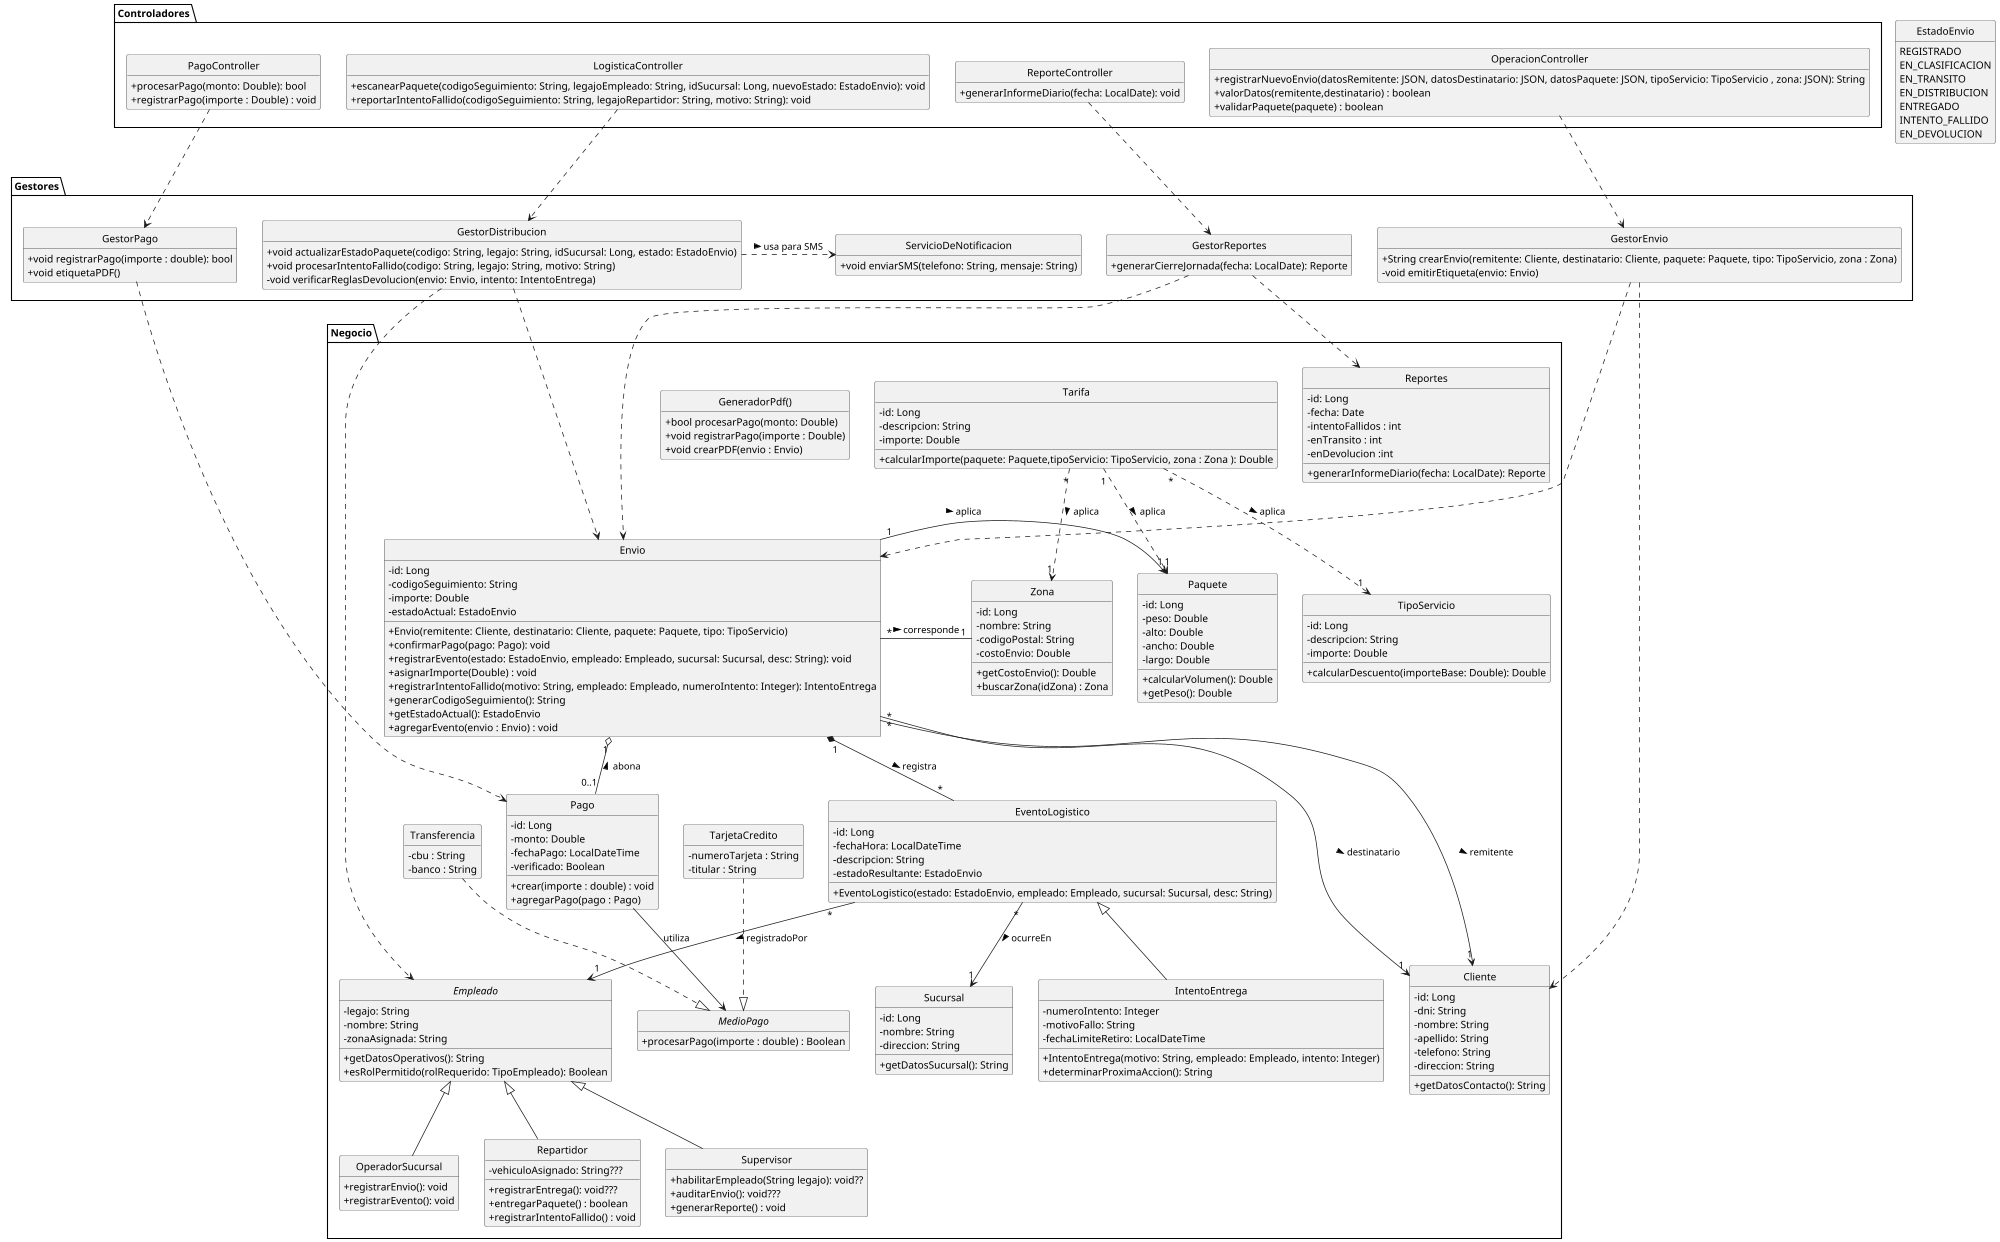
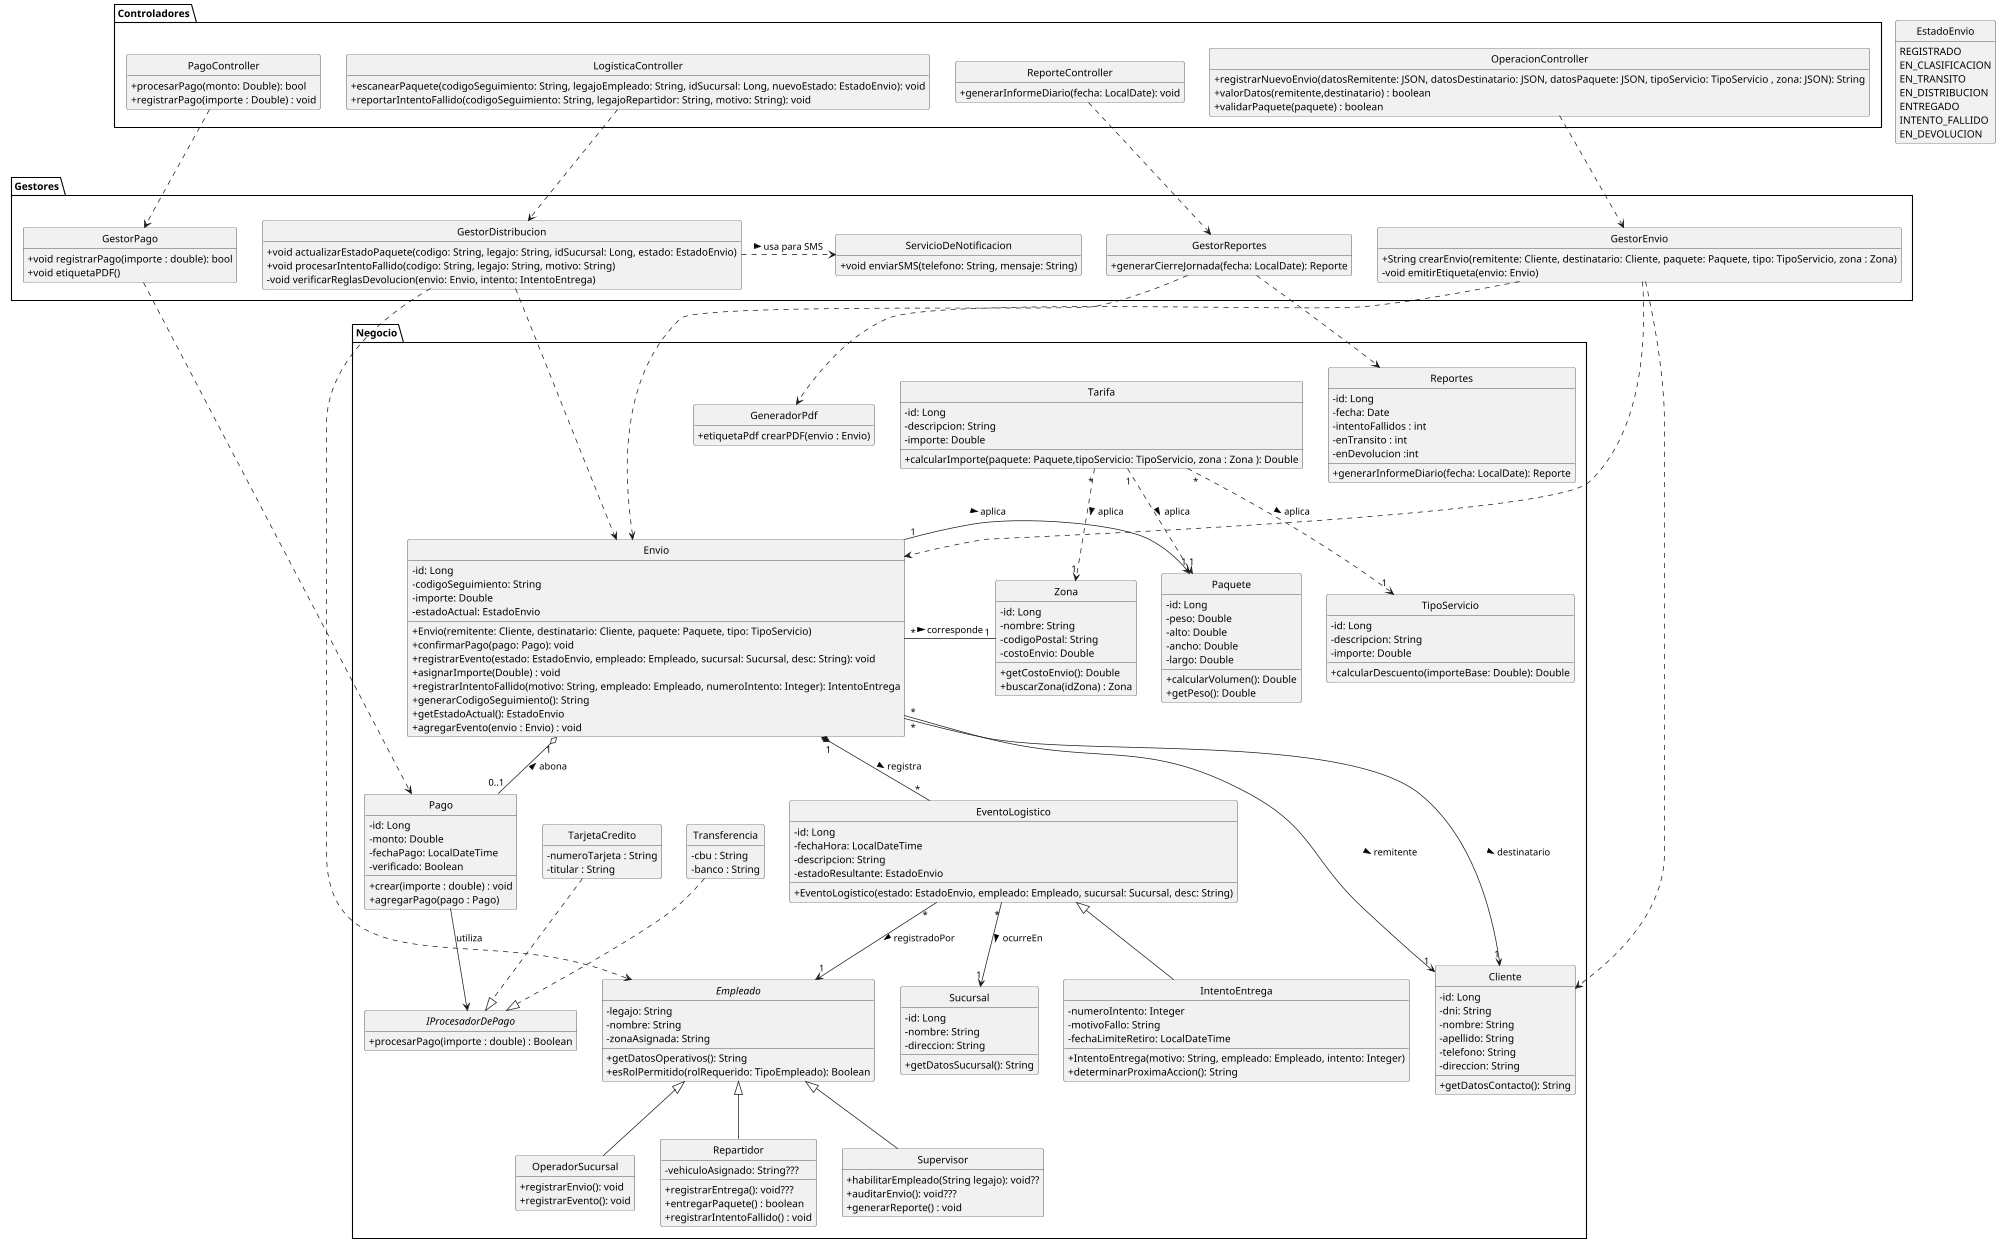
@startuml
scale max 2000 width
skinparam classAttributeIconSize 0
skinparam style strictuml
skinparam DefaultFontName "Arial"
hide empty members

package Negocio{
  ' interface Suscripcion {

  '   + esPrioritario(): Boolean
  ' }

  ' --- ENTIDADES DE DOMINIO (Lógica y Estado) ---
  class Cliente {
    - id: Long
    - dni: String
    - nombre: String
    - apellido: String
    - telefono: String
    - direccion: String
    + getDatosContacto(): String
  }

  class Envio {
    - id: Long
    - codigoSeguimiento: String
    - importe: Double
    - estadoActual: EstadoEnvio

    + Envio(remitente: Cliente, destinatario: Cliente, paquete: Paquete, tipo: TipoServicio)
    + confirmarPago(pago: Pago): void
    + registrarEvento(estado: EstadoEnvio, empleado: Empleado, sucursal: Sucursal, desc: String): void
    + asignarImporte(Double) : void
    + registrarIntentoFallido(motivo: String, empleado: Empleado, numeroIntento: Integer): IntentoEntrega
    + generarCodigoSeguimiento(): String
    + getEstadoActual(): EstadoEnvio
    + agregarEvento(envio : Envio) : void
  }

  class TipoServicio{
    - id: Long
    - descripcion: String
    - importe: Double
    + calcularDescuento(importeBase: Double): Double
  }

  class Paquete {
    - id: Long
    - peso: Double
    - alto: Double
    - ancho: Double
    - largo: Double
    + calcularVolumen(): Double
    + getPeso(): Double
  }

  class Pago {
    - id: Long
    - monto: Double
    - fechaPago: LocalDateTime
    - verificado: Boolean
    + crear(importe : double) : void
    + agregarPago(pago : Pago)
  }

-   interface MedioPago{
+   interface IProcesadorDePago{
    +procesarPago(importe : double) : Boolean
}

class TarjetaCredito{
    -numeroTarjeta : String
    -titular : String
}

class Transferencia{
    -cbu : String
    -banco : String
}


  abstract class Empleado {
    - legajo: String
    - nombre: String
    - zonaAsignada: String
    + getDatosOperativos(): String
    + esRolPermitido(rolRequerido: TipoEmpleado): Boolean
  }

  class OperadorSucursal {
    + registrarEnvio(): void
    + registrarEvento(): void
  }
  class Sucursal{
    - id: Long
    - nombre: String
    - direccion: String
    + getDatosSucursal(): String
  }

  class Repartidor {
    - vehiculoAsignado: String???
    + registrarEntrega(): void???
    + entregarPaquete() : boolean
    + registrarIntentoFallido() : void
   }

  class Supervisor {
    + habilitarEmpleado(String legajo): void??
    + auditarEnvio(): void???
+ generarReporte() : void
  }

  class Reportes{
    - id: Long
    - fecha: Date
    - intentoFallidos : int
    - enTransito : int
    - enDevolucion :int
    + generarInformeDiario(fecha: LocalDate): Reporte

  }

 class Zona {
    - id: Long
    - nombre: String
    - codigoPostal: String
    - costoEnvio: Double
    + getCostoEnvio(): Double
    + buscarZona(idZona) : Zona
  }


  class Tarifa{
    - id: Long
    - descripcion: String
    - importe: Double
    + calcularImporte(paquete: Paquete,tipoServicio: TipoServicio, zona : Zona ): Double
  }

  class EventoLogistico
{
    - id: Long
    - fechaHora: LocalDateTime
    - descripcion: String
    - estadoResultante: EstadoEnvio
    + EventoLogistico(estado: EstadoEnvio, empleado: Empleado, sucursal: Sucursal, desc: String)
  }

'   class SuscripcionMensual
' {
'     -fechaVencimiento : LocalDate
'     -servicioPrioritario : boolean
'     -descuento : double
'   }
'   note right of SuscripcionMensual
'     La cardinalidad 0 a 1 indica que puede o no tener
' una suscripción. Con lo cual queda la clase anexada a cliente para un futuro

'   end note

  class IntentoEntrega {
    - numeroIntento: Integer
    - motivoFallo: String
    - fechaLimiteRetiro: LocalDateTime
    + IntentoEntrega(motivo: String, empleado: Empleado, intento: Integer)
    + determinarProximaAccion(): String
  }
-     class GeneradorPdf() {
-     + bool procesarPago(monto: Double)
-     + void registrarPago(importe : Double)
-     + void crearPDF(envio : Envio)
+     class GeneradorPdf {
+ 
+     + etiquetaPdf crearPDF(envio : Envio)
  }

}

EventoLogistico <|-- IntentoEntrega
Empleado <|-- OperadorSucursal
Empleado <|-- Repartidor
Empleado <|-- Supervisor
- Pago --> MedioPago : utiliza
- TarjetaCredito ..|> MedioPago
- Transferencia ..|> MedioPago
+ Pago --> IProcesadorDePago : utiliza
+ TarjetaCredito ..|> IProcesadorDePago
+ Transferencia ..|> IProcesadorDePago
+ 



' --- CAPA DE CONTROLADORES (Interfaces externas / API) ---
package Controladores {
  class OperacionController {
    + registrarNuevoEnvio(datosRemitente: JSON, datosDestinatario: JSON, datosPaquete: JSON, tipoServicio: TipoServicio , zona: JSON): String
    + valorDatos(remitente,destinatario) : boolean
    + validarPaquete(paquete) : boolean
  }

  class LogisticaController {
    + escanearPaquete(codigoSeguimiento: String, legajoEmpleado: String, idSucursal: Long, nuevoEstado: EstadoEnvio): void
    + reportarIntentoFallido(codigoSeguimiento: String, legajoRepartidor: String, motivo: String): void
  }

  class ReporteController {
    + generarInformeDiario(fecha: LocalDate): void
  }

  class PagoController {
    + procesarPago(monto: Double): bool
    + registrarPago(importe : Double) : void
  }


}

' --- CAPA DE GESTORES (Servicios de Aplicación / Casos de Uso) ---
package Gestores {
  class GestorEnvio {
    + String crearEnvio(remitente: Cliente, destinatario: Cliente, paquete: Paquete, tipo: TipoServicio, zona : Zona)
    - void emitirEtiqueta(envio: Envio)
  }

  class GestorDistribucion {
    + void actualizarEstadoPaquete(codigo: String, legajo: String, idSucursal: Long, estado: EstadoEnvio)
    + void procesarIntentoFallido(codigo: String, legajo: String, motivo: String)
    - void verificarReglasDevolucion(envio: Envio, intento: IntentoEntrega)
  }

  class ServicioDeNotificacion {
    + void enviarSMS(telefono: String, mensaje: String)
  }

  class GestorReportes {
    + generarCierreJornada(fecha: LocalDate): Reporte
  }
  class GestorPago {
    + void registrarPago(importe : double): bool
    + void etiquetaPDF()
  }

}

' --- ENUMS E INTERFACES ---

enum EstadoEnvio {
  REGISTRADO
  EN_CLASIFICACION
  EN_TRANSITO
  EN_DISTRIBUCION
  ENTREGADO
  INTENTO_FALLIDO
  EN_DEVOLUCION
}
' --- DEPENDENCIAS ARQUITECTÓNICAS (Controladores -> Gestores -> Dominio) ---

' 1. Forzamos que los controladores apunten estrictamente HACIA ABAJO a los gestores
OperacionController .down.> GestorEnvio
LogisticaController .down.> GestorDistribucion
ReporteController .down.> GestorReportes
PagoController .down.> GestorPago

' 2. Forzamos que los gestores apunten HACIA ABAJO a las entidades de dominio
GestorPago .down.> Pago
GestorEnvio .down.> Envio
GestorEnvio .down.> Cliente
GestorDistribucion .down.> Envio
GestorDistribucion .down.> Empleado
+ GestorEnvio .down.> GeneradorPdf



' 3. Usamos direcciones laterales (derecha/izquierda) para servicios transversales
GestorDistribucion .right.> ServicioDeNotificacion : usa para SMS >
GestorReportes .down.> Reportes
GestorReportes .down.> Envio

' --- RELACIONES ESTRUCTURALES (Entidades de Dominio) ---

' Alargar las flechas (usando más guiones) ayuda a separar las entidades principales
Envio "*" ---> "1" Cliente : remitente >
Envio "*" ---> "1" Cliente : destinatario >

Envio "1" o-- "0..1" Pago : abona <
Envio "1" *-- "*" EventoLogistico : registra >
Envio "*" -left- "1" Zona : corresponde >
Envio "1" -right-> "1" Paquete : aplica >

' Agrupamos la lógica de tarifas para que no se disperse por el diagrama
Tarifa "*" .down.> "1" Zona : aplica >
Tarifa "*" .down.> "1" TipoServicio : aplica >
Tarifa "1" .down.> "1" Paquete : aplica >


' SuscripcionMensual "0" -up-> "1" Cliente : perteneceA >

EventoLogistico "*" --> "1" Empleado : registradoPor >
EventoLogistico "*" --> "1" Sucursal : ocurreEn >
@enduml
